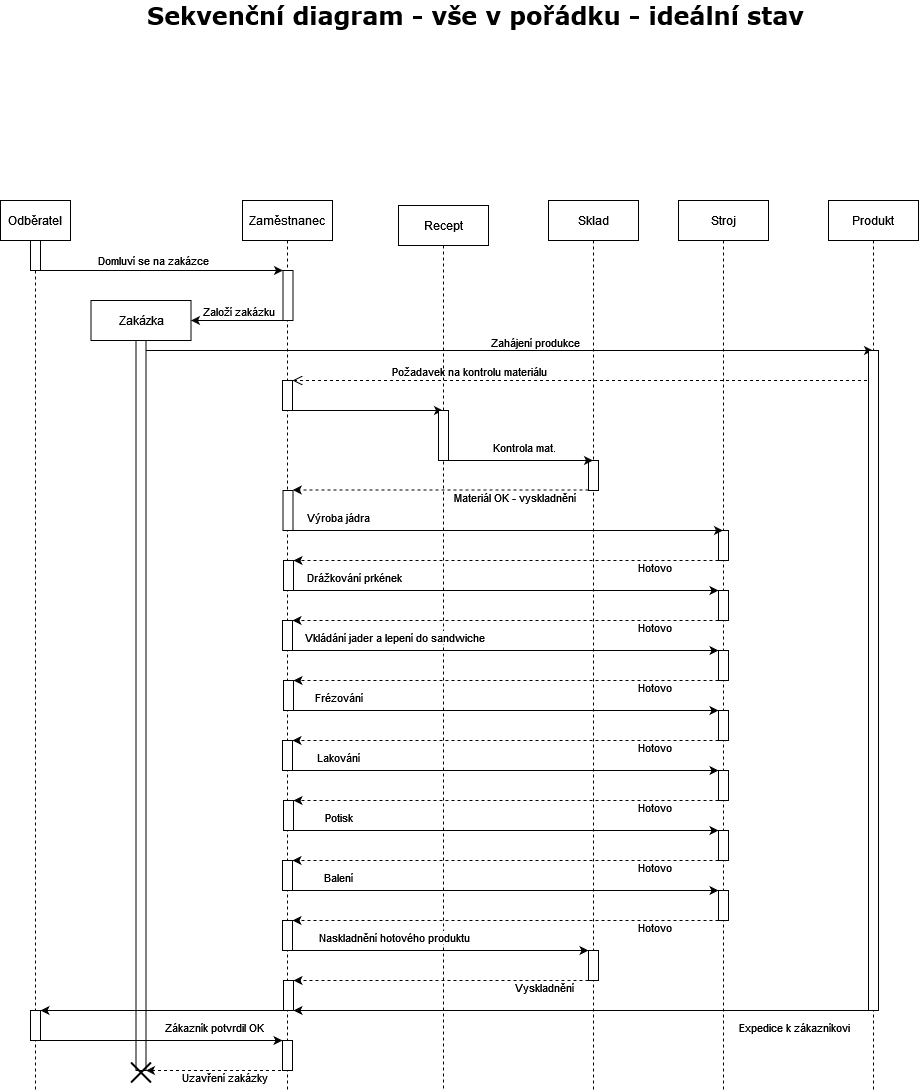
KarelMasa/pg keeps this draw.io diagram as SW_ING/Kosmeticka_tuzka_sekvencni_diagram.png. Above is the earlier version. Source tidied: cells renumbered, new cells last; positions are measured from the earlier drawing's top-left corner, leaving out a move shared by most shapes.
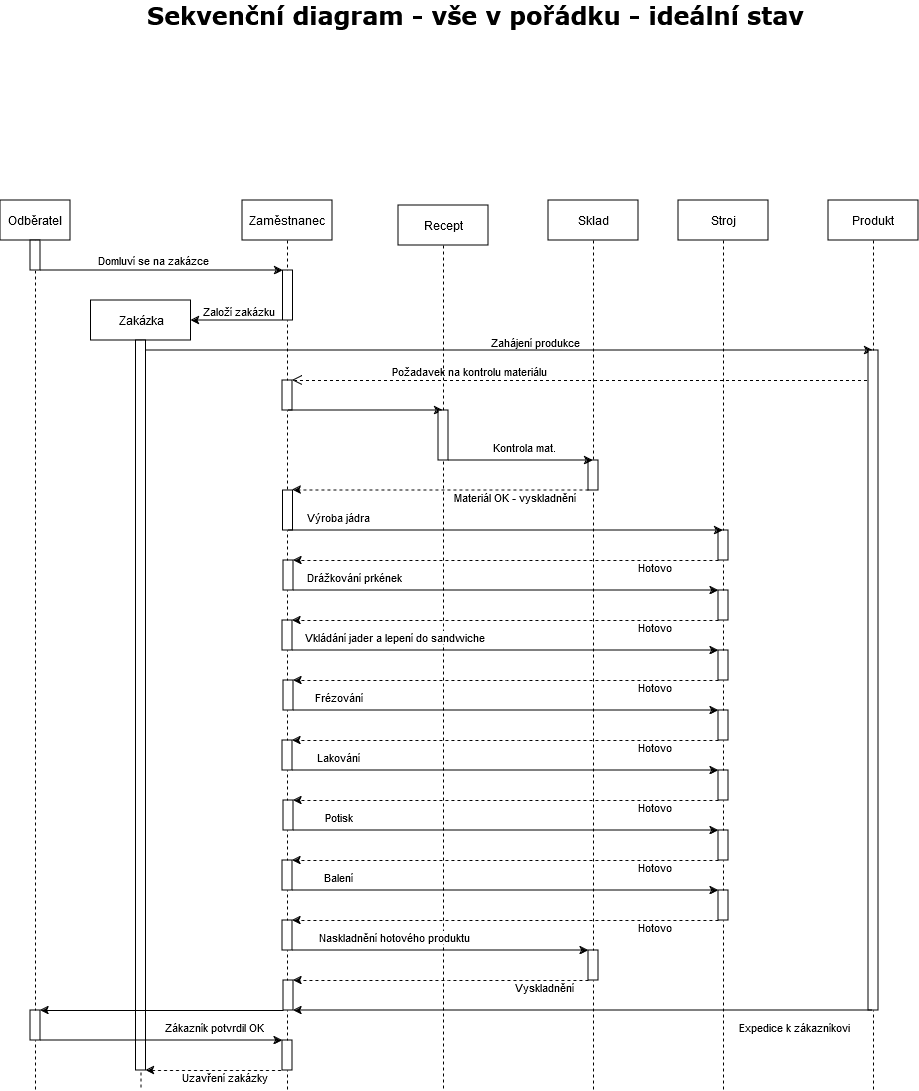
Above is the later version.

The edit, as a diff of the source:
```diff
@@ -118,7 +118,7 @@
       </mxGeometry>
     </mxCell>
     <mxCell id="32" value="Zakázka" style="shape=umlLifeline;perimeter=lifelinePerimeter;whiteSpace=wrap;html=1;outlineConnect=0;portConstraint=eastwest;newEdgeStyle={&quot;edgeStyle&quot;:&quot;elbowEdgeStyle&quot;,&quot;elbow&quot;:&quot;vertical&quot;,&quot;curved&quot;:0,&quot;rounded&quot;:0};" parent="1" vertex="1">
-      <mxGeometry x="90.5" y="300" width="100" height="770" as="geometry" />
+      <mxGeometry x="90.5" y="300" width="100" height="790" as="geometry" />
     </mxCell>
     <mxCell id="33" style="html=1;points=[[0,0,0,0,5],[0,1,0,0,-5],[1,0,0,0,5],[1,1,0,0,-5]];perimeter=orthogonalPerimeter;outlineConnect=0;targetShapes=umlLifeline;portConstraint=eastwest;newEdgeStyle={&quot;curved&quot;:0,&quot;rounded&quot;:0};" parent="32" vertex="1">
       <mxGeometry x="45" y="40" width="10" height="730" as="geometry" />
@@ -400,9 +400,6 @@
         <mxPoint x="280.5" y="1070" as="sourcePoint" />
       </mxGeometry>
     </mxCell>
-    <mxCell id="85" style="shape=umlDestroy;html=1;strokeWidth=2;" parent="1" vertex="1">
-      <mxGeometry x="130.5" y="1062" width="20" height="20" as="geometry" />
-    </mxCell>
     <mxCell id="86" value="Uzavření zakázky" style="edgeLabel;html=1;align=center;verticalAlign=middle;" parent="1" vertex="1">
       <mxGeometry x="218" y="1070" as="geometry">
         <mxPoint x="5" y="6" as="offset" />
```
